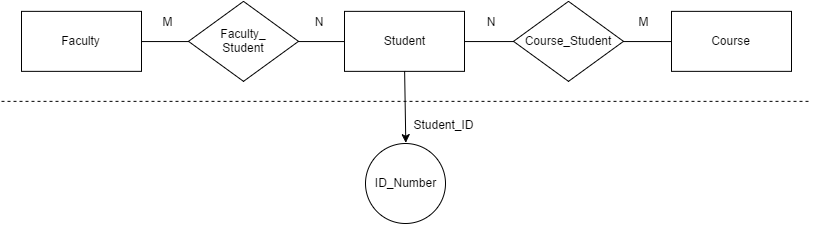
The draw.io diagram diagram/er-5.png in jackey1510/TopicsInCS, before a commit. Source tidied: cells renumbered, new cells last; positions are measured from the earlier drawing's top-left corner, leaving out a move shared by most shapes.
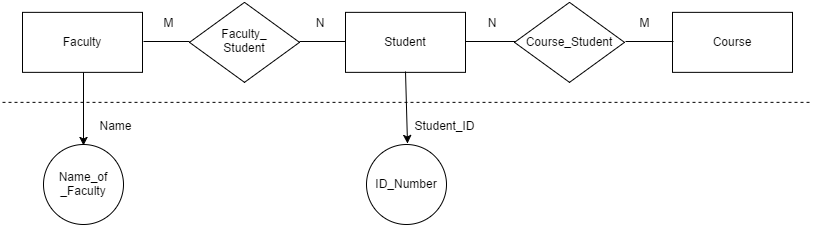
The same file after the commit.

Diff of the diagram source:
```diff
@@ -11,6 +11,9 @@
     <mxCell id="4" value="Faculty_&lt;div&gt;Student&lt;/div&gt;" style="rhombus;whiteSpace=wrap;html=1;" parent="1" vertex="1">
       <mxGeometry x="187" y="-0.1" width="110" height="80" as="geometry" />
     </mxCell>
+    <mxCell id="19" style="edgeStyle=none;rounded=0;html=1;exitX=0.5;exitY=1;entryX=0.5;entryY=0;startArrow=none;startFill=0;endArrow=classic;endFill=1;jettySize=auto;strokeColor=#000000;" parent="1" edge="1" source="5" target="21">
+      <mxGeometry x="86.7" y="876.3" as="geometry" />
+    </mxCell>
     <mxCell id="5" value="Faculty" style="whiteSpace=wrap;html=1;" parent="1" vertex="1">
       <mxGeometry x="20" y="9.9" width="120" height="60" as="geometry" />
     </mxCell>
@@ -29,12 +32,12 @@
     <mxCell id="10" style="edgeStyle=none;rounded=0;html=1;exitX=1;exitY=0.5;entryX=0;entryY=0.5;startArrow=none;startFill=0;endArrow=none;endFill=0;jettySize=auto;strokeColor=#000000;" parent="1" edge="1" source="3" target="6">
       <mxGeometry x="629" y="846.2" as="geometry" />
     </mxCell>
-    <mxCell id="11" style="endArrow=none;html=1;strokeColor=#000000;endFill=0;dashed=1;" parent="1" edge="1">
-      <mxGeometry x="7" y="906.9" as="geometry">
-        <mxPoint y="99.9" as="sourcePoint" />
-        <mxPoint x="810" y="99.9" as="targetPoint" />
-      </mxGeometry>
-    </mxCell>
+    <mxCell id="20" style="endArrow=none;html=1;strokeColor=#000000;endFill=0;dashed=1;" parent="1" edge="1">
+      <mxGeometry x="7" y="906.9" as="geometry">
+        <mxPoint y="99.9" as="sourcePoint" />
+        <mxPoint x="810" y="99.9" as="targetPoint" />
+      </mxGeometry>
+    </mxCell>
     <mxCell id="12" value="ID_Number" style="ellipse;whiteSpace=wrap;html=1;" parent="1" vertex="1">
       <mxGeometry x="364" y="141.7" width="80" height="80" as="geometry" />
     </mxCell>
@@ -56,5 +59,11 @@
     <mxCell id="18" value="M" style="text;html=1;strokeColor=none;fillColor=none;align=center;verticalAlign=middle;whiteSpace=wrap;" parent="1" vertex="1">
       <mxGeometry x="622" y="9.9" width="40" height="20" as="geometry" />
     </mxCell>
+    <mxCell id="21" value="Name_of&lt;div&gt;_&lt;span&gt;Faculty&lt;/span&gt;&lt;/div&gt;" style="ellipse;whiteSpace=wrap;html=1;" parent="1" vertex="1">
+      <mxGeometry x="41" y="142" width="80" height="80" as="geometry" />
+    </mxCell>
+    <mxCell id="22" value="Name" style="text;html=1;strokeColor=none;fillColor=none;align=center;verticalAlign=middle;whiteSpace=wrap;" parent="1" vertex="1">
+      <mxGeometry x="93" y="113" width="40" height="20" as="geometry" />
+    </mxCell>
   </root>
 </mxGraphModel>
```
